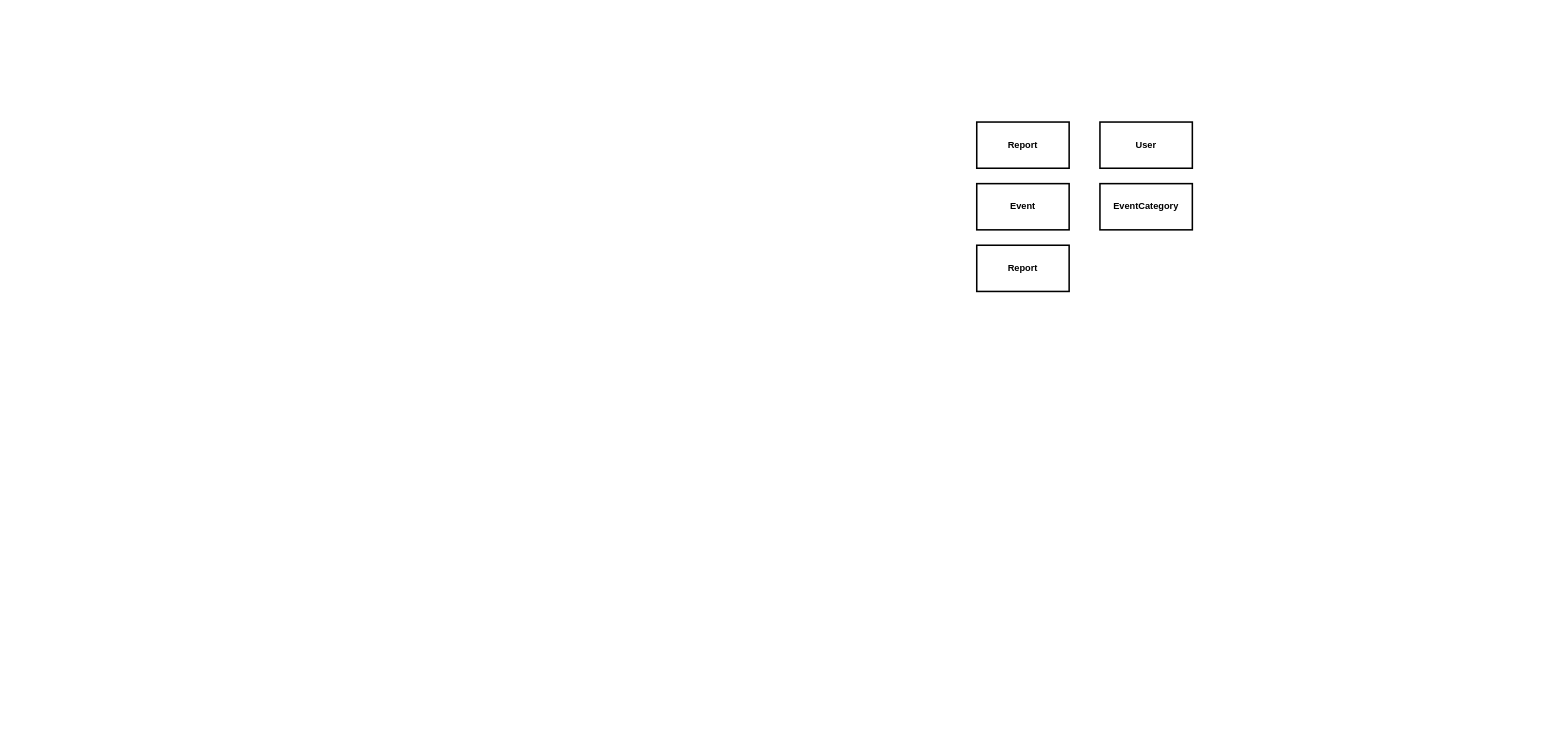
This is DB_assignment_ERD.drawio from SanaanAzfar/I222594_B_Project, a draw.io file, before an edit. Source tidied: cells renumbered, new cells numbered last; positions are measured from the earlier drawing's top-left corner, leaving out a move shared by most shapes. Both pictures are drawn from the tidied source at 77%, with x=0, y=0 at pixel (976, 122).
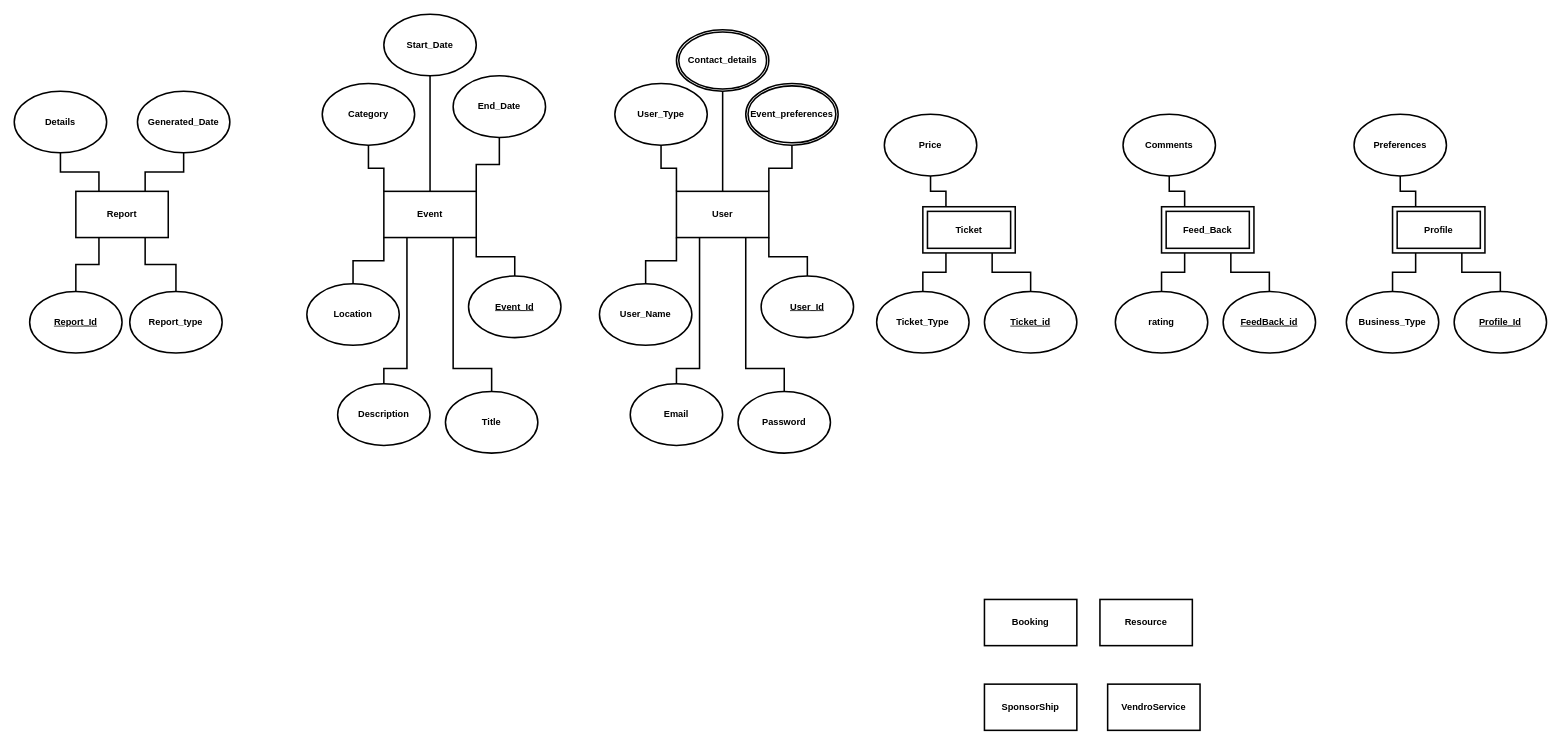
The same page after the edit.

Commit message (it also covers changes not shown here):
making entity and their attributes

What changed in the source:
```diff
@@
+    <mxCell id="7" style="edgeStyle=orthogonalEdgeStyle;rounded=0;jettySize=auto;html=1;exitX=1;exitY=1;exitDx=0;exitDy=0;strokeColor=#000000;strokeWidth=2;endArrow=none;endFill=0;" parent="1" edge="1" source="2" target="13">
+      <mxGeometry relative="1" as="geometry" />
+    </mxCell>
     <mxCell id="2" value="User" style="rounded=0;whiteSpace=wrap;html=1;fillColor=#FFFFFF;fontStyle=1;fontColor=#000000;strokeColor=#000000;strokeWidth=2;" parent="1" vertex="1">
-      <mxGeometry x="160" width="120" height="60" as="geometry" />
+      <mxGeometry x="-390" y="90" width="120" height="60" as="geometry" />
     </mxCell>
+    <mxCell id="4" value="Report" style="rounded=0;whiteSpace=wrap;html=1;fillColor=#FFFFFF;fontStyle=1;fontColor=#000000;strokeColor=#000000;strokeWidth=2;" parent="1" vertex="1">
+      <mxGeometry x="-1170" y="90" width="120" height="60" as="geometry" />
+    </mxCell>
+    <mxCell id="8" value="&lt;span&gt;Ticket&lt;/span&gt;" style="shape=ext;margin=3;double=1;whiteSpace=wrap;html=1;align=center;fillColor=#FFFFFF;fontColor=#030303;strokeColor=#030303;strokeWidth=2;fontStyle=1;" parent="1" vertex="1">
+      <mxGeometry x="-70" y="110" width="120" height="60" as="geometry" />
+    </mxCell>
+    <mxCell id="9" value="Booking" style="rounded=0;whiteSpace=wrap;html=1;fillColor=#FFFFFF;fontStyle=1;fontColor=#000000;strokeColor=#000000;strokeWidth=2;" parent="1" vertex="1">
+      <mxGeometry x="10" y="620" width="120" height="60" as="geometry" />
+    </mxCell>
+    <mxCell id="10" value="Resource" style="rounded=0;whiteSpace=wrap;html=1;fillColor=#FFFFFF;fontStyle=1;fontColor=#000000;strokeColor=#000000;strokeWidth=2;" parent="1" vertex="1">
+      <mxGeometry x="160" y="620" width="120" height="60" as="geometry" />
+    </mxCell>
+    <mxCell id="11" value="SponsorShip" style="rounded=0;whiteSpace=wrap;html=1;fillColor=#FFFFFF;fontStyle=1;fontColor=#000000;strokeColor=#000000;strokeWidth=2;" parent="1" vertex="1">
+      <mxGeometry x="10" y="730" width="120" height="60" as="geometry" />
+    </mxCell>
+    <mxCell id="12" value="VendroService" style="rounded=0;whiteSpace=wrap;html=1;fillColor=#FFFFFF;fontStyle=1;fontColor=#000000;strokeColor=#000000;strokeWidth=2;" parent="1" vertex="1">
+      <mxGeometry x="170" y="730" width="120" height="60" as="geometry" />
+    </mxCell>
+    <mxCell id="13" value="&lt;u&gt;User_Id&lt;/u&gt;" style="ellipse;whiteSpace=wrap;html=1;fontColor=#000000;fillColor=#FFFFFF;strokeWidth=2;strokeColor=#000000;fontStyle=1;" parent="1" vertex="1">
+      <mxGeometry x="-280" y="200" width="120" height="80" as="geometry" />
+    </mxCell>
+    <mxCell id="14" value="User_Name" style="ellipse;whiteSpace=wrap;html=1;fontColor=#000000;fillColor=#FFFFFF;strokeWidth=2;strokeColor=#000000;fontStyle=1;" parent="1" vertex="1">
+      <mxGeometry x="-490" y="210" width="120" height="80" as="geometry" />
+    </mxCell>
+    <mxCell id="15" style="edgeStyle=orthogonalEdgeStyle;rounded=0;jettySize=auto;html=1;exitX=0;exitY=1;exitDx=0;exitDy=0;strokeColor=#000000;strokeWidth=2;endArrow=none;endFill=0;" parent="1" edge="1" source="2" target="14">
+      <mxGeometry relative="1" as="geometry" />
+    </mxCell>
+    <mxCell id="16" value="Email" style="ellipse;whiteSpace=wrap;html=1;fontColor=#000000;fillColor=#FFFFFF;strokeWidth=2;strokeColor=#000000;fontStyle=1;" parent="1" vertex="1">
+      <mxGeometry x="-450" y="340" width="120" height="80" as="geometry" />
+    </mxCell>
+    <mxCell id="17" style="edgeStyle=orthogonalEdgeStyle;rounded=0;jettySize=auto;html=1;exitX=0.25;exitY=1;exitDx=0;exitDy=0;strokeColor=#000000;strokeWidth=2;endArrow=none;endFill=0;" parent="1" edge="1" source="2" target="16">
+      <mxGeometry relative="1" as="geometry">
+        <Array as="points">
+          <mxPoint x="-360" y="320" />
+          <mxPoint x="-390" y="320" />
+        </Array>
+      </mxGeometry>
+    </mxCell>
+    <mxCell id="18" value="Password" style="ellipse;whiteSpace=wrap;html=1;fontColor=#000000;fillColor=#FFFFFF;strokeWidth=2;strokeColor=#000000;fontStyle=1;" parent="1" vertex="1">
+      <mxGeometry x="-310" y="350" width="120" height="80" as="geometry" />
+    </mxCell>
+    <mxCell id="19" style="edgeStyle=orthogonalEdgeStyle;rounded=0;jettySize=auto;html=1;exitX=0.75;exitY=1;exitDx=0;exitDy=0;strokeColor=#000000;strokeWidth=2;endArrow=none;endFill=0;" parent="1" edge="1" source="2" target="18">
+      <mxGeometry relative="1" as="geometry">
+        <Array as="points">
+          <mxPoint x="-300" y="320" />
+          <mxPoint x="-250" y="320" />
+        </Array>
+      </mxGeometry>
+    </mxCell>
+    <mxCell id="20" value="User_Type" style="ellipse;whiteSpace=wrap;html=1;fontColor=#000000;fillColor=#FFFFFF;strokeWidth=2;strokeColor=#000000;fontStyle=1;" parent="1" vertex="1">
+      <mxGeometry x="-470" y="-50" width="120" height="80" as="geometry" />
+    </mxCell>
+    <mxCell id="21" style="rounded=0;jettySize=auto;html=1;strokeColor=#000000;strokeWidth=2;endArrow=none;endFill=0;entryX=1;entryY=0;entryDx=0;entryDy=0;edgeStyle=orthogonalEdgeStyle;" parent="1" edge="1" source="23" target="2">
+      <mxGeometry relative="1" as="geometry" />
+    </mxCell>
+    <mxCell id="22" style="rounded=0;jettySize=auto;html=1;exitX=0.5;exitY=1;exitDx=0;exitDy=0;strokeColor=#000000;strokeWidth=2;endArrow=none;endFill=0;entryX=0;entryY=0;entryDx=0;entryDy=0;edgeStyle=orthogonalEdgeStyle;" parent="1" edge="1" source="20" target="2">
+      <mxGeometry relative="1" as="geometry" />
+    </mxCell>
+    <mxCell id="23" value="Event_preferences" style="ellipse;shape=doubleEllipse;margin=3;whiteSpace=wrap;html=1;align=center;fillColor=#FFFFFF;strokeWidth=2;strokeColor=#000000;fontColor=#000000;fontStyle=1;" parent="1" vertex="1">
+      <mxGeometry x="-300" y="-50" width="120" height="80" as="geometry" />
+    </mxCell>
+    <mxCell id="24" value="Contact_details" style="ellipse;shape=doubleEllipse;margin=3;whiteSpace=wrap;html=1;align=center;fillColor=#FFFFFF;strokeWidth=2;strokeColor=#000000;fontColor=#000000;fontStyle=1;" parent="1" vertex="1">
+      <mxGeometry x="-390" y="-120" width="120" height="80" as="geometry" />
+    </mxCell>
+    <mxCell id="25" style="rounded=0;jettySize=auto;html=1;strokeColor=#000000;strokeWidth=2;endArrow=none;endFill=0;entryX=0.5;entryY=0;entryDx=0;entryDy=0;exitX=0.5;exitY=1;exitDx=0;exitDy=0;" parent="1" edge="1" source="24" target="2">
+      <mxGeometry relative="1" as="geometry" />
+    </mxCell>
+    <mxCell id="26" style="edgeStyle=orthogonalEdgeStyle;rounded=0;jettySize=auto;html=1;exitX=1;exitY=1;exitDx=0;exitDy=0;strokeColor=#000000;strokeWidth=2;endArrow=none;endFill=0;" parent="1" edge="1" source="3" target="27">
+      <mxGeometry relative="1" as="geometry" />
+    </mxCell>
     <mxCell id="3" value="Event" style="rounded=0;whiteSpace=wrap;html=1;fillColor=#FFFFFF;fontStyle=1;fontColor=#000000;strokeColor=#000000;strokeWidth=2;" parent="1" vertex="1">
-      <mxGeometry y="80" width="120" height="60" as="geometry" />
+      <mxGeometry x="-770" y="90" width="120" height="60" as="geometry" />
     </mxCell>
-    <mxCell id="4" value="Report" style="rounded=0;whiteSpace=wrap;html=1;fillColor=#FFFFFF;fontStyle=1;fontColor=#000000;strokeColor=#000000;strokeWidth=2;" parent="1" vertex="1">
-      <mxGeometry width="120" height="60" as="geometry" />
-    </mxCell>
-    <mxCell id="5" value="EventCategory" style="rounded=0;whiteSpace=wrap;html=1;fillColor=#FFFFFF;fontStyle=1;fontColor=#000000;strokeColor=#000000;strokeWidth=2;" parent="1" vertex="1">
-      <mxGeometry x="160" y="80" width="120" height="60" as="geometry" />
-    </mxCell>
-    <mxCell id="6" value="Report" style="rounded=0;whiteSpace=wrap;html=1;fillColor=#FFFFFF;fontStyle=1;fontColor=#000000;strokeColor=#000000;strokeWidth=2;" parent="1" vertex="1">
-      <mxGeometry y="160" width="120" height="60" as="geometry" />
-    </mxCell>
+    <mxCell id="27" value="&lt;u&gt;Event_Id&lt;/u&gt;" style="ellipse;whiteSpace=wrap;html=1;fontColor=#000000;fillColor=#FFFFFF;strokeWidth=2;strokeColor=#000000;fontStyle=1;" parent="1" vertex="1">
+      <mxGeometry x="-660" y="200" width="120" height="80" as="geometry" />
+    </mxCell>
+    <mxCell id="28" value="Location" style="ellipse;whiteSpace=wrap;html=1;fontColor=#000000;fillColor=#FFFFFF;strokeWidth=2;strokeColor=#000000;fontStyle=1;" parent="1" vertex="1">
+      <mxGeometry x="-870" y="210" width="120" height="80" as="geometry" />
+    </mxCell>
+    <mxCell id="29" style="edgeStyle=orthogonalEdgeStyle;rounded=0;jettySize=auto;html=1;exitX=0;exitY=1;exitDx=0;exitDy=0;strokeColor=#000000;strokeWidth=2;endArrow=none;endFill=0;" parent="1" edge="1" source="3" target="28">
+      <mxGeometry relative="1" as="geometry" />
+    </mxCell>
+    <mxCell id="30" value="Description" style="ellipse;whiteSpace=wrap;html=1;fontColor=#000000;fillColor=#FFFFFF;strokeWidth=2;strokeColor=#000000;fontStyle=1;" parent="1" vertex="1">
+      <mxGeometry x="-830" y="340" width="120" height="80" as="geometry" />
+    </mxCell>
+    <mxCell id="31" style="edgeStyle=orthogonalEdgeStyle;rounded=0;jettySize=auto;html=1;exitX=0.25;exitY=1;exitDx=0;exitDy=0;strokeColor=#000000;strokeWidth=2;endArrow=none;endFill=0;" parent="1" edge="1" source="3" target="30">
+      <mxGeometry relative="1" as="geometry">
+        <Array as="points">
+          <mxPoint x="-740" y="320" />
+          <mxPoint x="-770" y="320" />
+        </Array>
+      </mxGeometry>
+    </mxCell>
+    <mxCell id="32" value="Title" style="ellipse;whiteSpace=wrap;html=1;fontColor=#000000;fillColor=#FFFFFF;strokeWidth=2;strokeColor=#000000;fontStyle=1;" parent="1" vertex="1">
+      <mxGeometry x="-690" y="350" width="120" height="80" as="geometry" />
+    </mxCell>
+    <mxCell id="33" style="edgeStyle=orthogonalEdgeStyle;rounded=0;jettySize=auto;html=1;exitX=0.75;exitY=1;exitDx=0;exitDy=0;strokeColor=#000000;strokeWidth=2;endArrow=none;endFill=0;" parent="1" edge="1" source="3" target="32">
+      <mxGeometry relative="1" as="geometry">
+        <Array as="points">
+          <mxPoint x="-680" y="320" />
+          <mxPoint x="-630" y="320" />
+        </Array>
+      </mxGeometry>
+    </mxCell>
+    <mxCell id="34" value="Category" style="ellipse;whiteSpace=wrap;html=1;fontColor=#000000;fillColor=#FFFFFF;strokeWidth=2;strokeColor=#000000;fontStyle=1;" parent="1" vertex="1">
+      <mxGeometry x="-850" y="-50" width="120" height="80" as="geometry" />
+    </mxCell>
+    <mxCell id="35" style="rounded=0;jettySize=auto;html=1;strokeColor=#000000;strokeWidth=2;endArrow=none;endFill=0;entryX=1;entryY=0;entryDx=0;entryDy=0;edgeStyle=orthogonalEdgeStyle;exitX=0.5;exitY=1;exitDx=0;exitDy=0;" parent="1" edge="1" source="39" target="3">
+      <mxGeometry relative="1" as="geometry" />
+    </mxCell>
+    <mxCell id="36" style="rounded=0;jettySize=auto;html=1;exitX=0.5;exitY=1;exitDx=0;exitDy=0;strokeColor=#000000;strokeWidth=2;endArrow=none;endFill=0;entryX=0;entryY=0;entryDx=0;entryDy=0;edgeStyle=orthogonalEdgeStyle;" parent="1" edge="1" source="34" target="3">
+      <mxGeometry relative="1" as="geometry" />
+    </mxCell>
+    <mxCell id="37" style="rounded=0;jettySize=auto;html=1;strokeColor=#000000;strokeWidth=2;endArrow=none;endFill=0;entryX=0.5;entryY=0;entryDx=0;entryDy=0;exitX=0.5;exitY=1;exitDx=0;exitDy=0;" parent="1" edge="1" source="38" target="3">
+      <mxGeometry relative="1" as="geometry" />
+    </mxCell>
+    <mxCell id="38" value="Start_Date" style="ellipse;whiteSpace=wrap;html=1;fontColor=#000000;fillColor=#FFFFFF;strokeWidth=2;strokeColor=#000000;fontStyle=1;" parent="1" vertex="1">
+      <mxGeometry x="-770" y="-140" width="120" height="80" as="geometry" />
+    </mxCell>
+    <mxCell id="39" value="End_Date" style="ellipse;whiteSpace=wrap;html=1;fontColor=#000000;fillColor=#FFFFFF;strokeWidth=2;strokeColor=#000000;fontStyle=1;" parent="1" vertex="1">
+      <mxGeometry x="-680" y="-60" width="120" height="80" as="geometry" />
+    </mxCell>
+    <mxCell id="40" value="&lt;u&gt;Report_Id&lt;/u&gt;" style="ellipse;whiteSpace=wrap;html=1;fontColor=#000000;fillColor=#FFFFFF;strokeWidth=2;strokeColor=#000000;fontStyle=1;" parent="1" vertex="1">
+      <mxGeometry x="-1230" y="220" width="120" height="80" as="geometry" />
+    </mxCell>
+    <mxCell id="41" style="edgeStyle=orthogonalEdgeStyle;rounded=0;jettySize=auto;html=1;exitX=0.25;exitY=1;exitDx=0;exitDy=0;strokeColor=#000000;strokeWidth=2;endArrow=none;endFill=0;" parent="1" edge="1" source="4" target="40">
+      <mxGeometry relative="1" as="geometry" />
+    </mxCell>
+    <mxCell id="42" value="Report_type" style="ellipse;whiteSpace=wrap;html=1;fontColor=#000000;fillColor=#FFFFFF;strokeWidth=2;strokeColor=#000000;fontStyle=1;" parent="1" vertex="1">
+      <mxGeometry x="-1100" y="220" width="120" height="80" as="geometry" />
+    </mxCell>
+    <mxCell id="43" style="edgeStyle=orthogonalEdgeStyle;rounded=0;jettySize=auto;html=1;exitX=0.75;exitY=1;exitDx=0;exitDy=0;strokeColor=#000000;strokeWidth=2;endArrow=none;endFill=0;" parent="1" edge="1" source="4" target="42">
+      <mxGeometry relative="1" as="geometry" />
+    </mxCell>
+    <mxCell id="44" value="Generated_Date" style="ellipse;whiteSpace=wrap;html=1;fontColor=#000000;fillColor=#FFFFFF;strokeWidth=2;strokeColor=#000000;fontStyle=1;" parent="1" vertex="1">
+      <mxGeometry x="-1090" y="-40" width="120" height="80" as="geometry" />
+    </mxCell>
+    <mxCell id="45" style="edgeStyle=orthogonalEdgeStyle;rounded=0;jettySize=auto;html=1;strokeColor=#000000;strokeWidth=2;endArrow=none;endFill=0;entryX=0.5;entryY=1;entryDx=0;entryDy=0;exitX=0.75;exitY=0;exitDx=0;exitDy=0;" parent="1" edge="1" source="4" target="44">
+      <mxGeometry relative="1" as="geometry" />
+    </mxCell>
+    <mxCell id="46" style="edgeStyle=orthogonalEdgeStyle;rounded=0;jettySize=auto;html=1;strokeColor=#000000;strokeWidth=2;endArrow=none;endFill=0;entryX=0.5;entryY=1;entryDx=0;entryDy=0;exitX=0.25;exitY=0;exitDx=0;exitDy=0;" parent="1" edge="1" source="4" target="47">
+      <mxGeometry relative="1" as="geometry" />
+    </mxCell>
+    <mxCell id="47" value="Details" style="ellipse;whiteSpace=wrap;html=1;fontColor=#000000;fillColor=#FFFFFF;strokeWidth=2;strokeColor=#000000;fontStyle=1;" parent="1" vertex="1">
+      <mxGeometry x="-1250" y="-40" width="120" height="80" as="geometry" />
+    </mxCell>
+    <mxCell id="48" style="edgeStyle=orthogonalEdgeStyle;rounded=0;jettySize=auto;html=1;exitX=0.75;exitY=1;exitDx=0;exitDy=0;strokeColor=#000000;strokeWidth=2;endArrow=none;endFill=0;" parent="1" edge="1" source="8" target="49">
+      <mxGeometry relative="1" as="geometry" />
+    </mxCell>
+    <mxCell id="49" value="&lt;u&gt;Ticket_id&lt;/u&gt;" style="ellipse;whiteSpace=wrap;html=1;fontColor=#000000;fillColor=#FFFFFF;strokeWidth=2;strokeColor=#000000;fontStyle=1;" parent="1" vertex="1">
+      <mxGeometry x="10" y="220" width="120" height="80" as="geometry" />
+    </mxCell>
+    <mxCell id="50" value="Ticket_Type" style="ellipse;whiteSpace=wrap;html=1;fontColor=#000000;fillColor=#FFFFFF;strokeWidth=2;strokeColor=#000000;fontStyle=1;" parent="1" vertex="1">
+      <mxGeometry x="-130" y="220" width="120" height="80" as="geometry" />
+    </mxCell>
+    <mxCell id="51" style="edgeStyle=orthogonalEdgeStyle;rounded=0;jettySize=auto;html=1;strokeColor=#000000;strokeWidth=2;endArrow=none;endFill=0;exitX=0.25;exitY=1;exitDx=0;exitDy=0;" parent="1" edge="1" source="8" target="50">
+      <mxGeometry relative="1" as="geometry" />
+    </mxCell>
+    <mxCell id="52" value="Price" style="ellipse;whiteSpace=wrap;html=1;fontColor=#000000;fillColor=#FFFFFF;strokeWidth=2;strokeColor=#000000;fontStyle=1;" parent="1" vertex="1">
+      <mxGeometry x="-120" y="-10" width="120" height="80" as="geometry" />
+    </mxCell>
+    <mxCell id="53" style="edgeStyle=orthogonalEdgeStyle;rounded=0;jettySize=auto;html=1;strokeColor=#000000;strokeWidth=2;endArrow=none;endFill=0;exitX=0.25;exitY=0;exitDx=0;exitDy=0;entryX=0.5;entryY=1;entryDx=0;entryDy=0;" parent="1" edge="1" source="8" target="52">
+      <mxGeometry relative="1" as="geometry">
+        <Array as="points">
+          <mxPoint x="-40" y="90" />
+          <mxPoint x="-60" y="90" />
+        </Array>
+      </mxGeometry>
+    </mxCell>
+    <mxCell id="54" value="&lt;span&gt;Feed_Back&lt;/span&gt;" style="shape=ext;margin=3;double=1;whiteSpace=wrap;html=1;align=center;fillColor=#FFFFFF;fontColor=#030303;strokeColor=#030303;strokeWidth=2;fontStyle=1;" parent="1" vertex="1">
+      <mxGeometry x="240" y="110" width="120" height="60" as="geometry" />
+    </mxCell>
+    <mxCell id="55" style="edgeStyle=orthogonalEdgeStyle;rounded=0;jettySize=auto;html=1;exitX=0.75;exitY=1;exitDx=0;exitDy=0;strokeColor=#000000;strokeWidth=2;endArrow=none;endFill=0;" parent="1" edge="1" source="54" target="56">
+      <mxGeometry relative="1" as="geometry" />
+    </mxCell>
+    <mxCell id="56" value="&lt;u&gt;FeedBack_id&lt;/u&gt;" style="ellipse;whiteSpace=wrap;html=1;fontColor=#000000;fillColor=#FFFFFF;strokeWidth=2;strokeColor=#000000;fontStyle=1;" parent="1" vertex="1">
+      <mxGeometry x="320" y="220" width="120" height="80" as="geometry" />
+    </mxCell>
+    <mxCell id="57" value="rating" style="ellipse;whiteSpace=wrap;html=1;fontColor=#000000;fillColor=#FFFFFF;strokeWidth=2;strokeColor=#000000;fontStyle=1;" parent="1" vertex="1">
+      <mxGeometry x="180" y="220" width="120" height="80" as="geometry" />
+    </mxCell>
+    <mxCell id="58" style="edgeStyle=orthogonalEdgeStyle;rounded=0;jettySize=auto;html=1;strokeColor=#000000;strokeWidth=2;endArrow=none;endFill=0;exitX=0.25;exitY=1;exitDx=0;exitDy=0;" parent="1" edge="1" source="54" target="57">
+      <mxGeometry relative="1" as="geometry" />
+    </mxCell>
+    <mxCell id="59" value="Comments" style="ellipse;whiteSpace=wrap;html=1;fontColor=#000000;fillColor=#FFFFFF;strokeWidth=2;strokeColor=#000000;fontStyle=1;" parent="1" vertex="1">
+      <mxGeometry x="190" y="-10" width="120" height="80" as="geometry" />
+    </mxCell>
+    <mxCell id="60" style="edgeStyle=orthogonalEdgeStyle;rounded=0;jettySize=auto;html=1;strokeColor=#000000;strokeWidth=2;endArrow=none;endFill=0;exitX=0.25;exitY=0;exitDx=0;exitDy=0;entryX=0.5;entryY=1;entryDx=0;entryDy=0;" parent="1" edge="1" source="54" target="59">
+      <mxGeometry relative="1" as="geometry">
+        <Array as="points">
+          <mxPoint x="270" y="90" />
+          <mxPoint x="250" y="90" />
+        </Array>
+      </mxGeometry>
+    </mxCell>
+    <mxCell id="61" value="Profile" style="shape=ext;margin=3;double=1;whiteSpace=wrap;html=1;align=center;fillColor=#FFFFFF;fontColor=#030303;strokeColor=#030303;strokeWidth=2;fontStyle=1;" parent="1" vertex="1">
+      <mxGeometry x="540" y="110" width="120" height="60" as="geometry" />
+    </mxCell>
+    <mxCell id="62" style="edgeStyle=orthogonalEdgeStyle;rounded=0;jettySize=auto;html=1;exitX=0.75;exitY=1;exitDx=0;exitDy=0;strokeColor=#000000;strokeWidth=2;endArrow=none;endFill=0;" parent="1" edge="1" source="61" target="63">
+      <mxGeometry relative="1" as="geometry" />
+    </mxCell>
+    <mxCell id="63" value="&lt;u&gt;Profile_Id&lt;/u&gt;" style="ellipse;whiteSpace=wrap;html=1;fontColor=#000000;fillColor=#FFFFFF;strokeWidth=2;strokeColor=#000000;fontStyle=1;" parent="1" vertex="1">
+      <mxGeometry x="620" y="220" width="120" height="80" as="geometry" />
+    </mxCell>
+    <mxCell id="64" value="Business_Type" style="ellipse;whiteSpace=wrap;html=1;fontColor=#000000;fillColor=#FFFFFF;strokeWidth=2;strokeColor=#000000;fontStyle=1;" parent="1" vertex="1">
+      <mxGeometry x="480" y="220" width="120" height="80" as="geometry" />
+    </mxCell>
+    <mxCell id="65" style="edgeStyle=orthogonalEdgeStyle;rounded=0;jettySize=auto;html=1;strokeColor=#000000;strokeWidth=2;endArrow=none;endFill=0;exitX=0.25;exitY=1;exitDx=0;exitDy=0;" parent="1" edge="1" source="61" target="64">
+      <mxGeometry relative="1" as="geometry" />
+    </mxCell>
+    <mxCell id="66" value="Preferences" style="ellipse;whiteSpace=wrap;html=1;fontColor=#000000;fillColor=#FFFFFF;strokeWidth=2;strokeColor=#000000;fontStyle=1;" parent="1" vertex="1">
+      <mxGeometry x="490" y="-10" width="120" height="80" as="geometry" />
+    </mxCell>
+    <mxCell id="67" style="edgeStyle=orthogonalEdgeStyle;rounded=0;jettySize=auto;html=1;strokeColor=#000000;strokeWidth=2;endArrow=none;endFill=0;exitX=0.25;exitY=0;exitDx=0;exitDy=0;entryX=0.5;entryY=1;entryDx=0;entryDy=0;" parent="1" edge="1" source="61" target="66">
+      <mxGeometry relative="1" as="geometry">
+        <Array as="points">
+          <mxPoint x="570" y="90" />
+          <mxPoint x="550" y="90" />
+        </Array>
+      </mxGeometry>
+    </mxCell>
```
